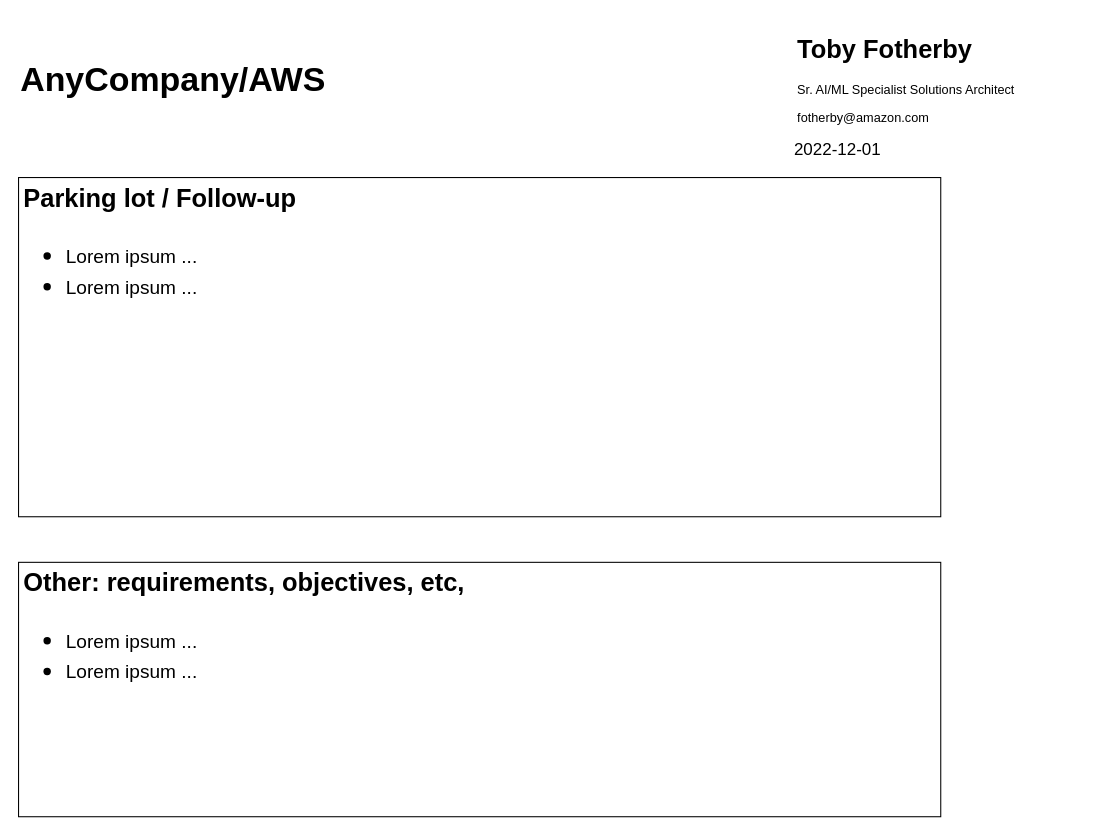
Earlier version of the draw.io diagram page "Parking Lot" (6 of 6) of AB2 - 2022-12-04-v1.drawio (fotoby/ab3). Source tidied: cells renumbered, new cells numbered last; positions are measured from the earlier drawing's top-left corner, leaving out a move shared by most shapes. Both pictures are drawn from the tidied source at 106%, with x=0, y=0 at pixel (18, 29).
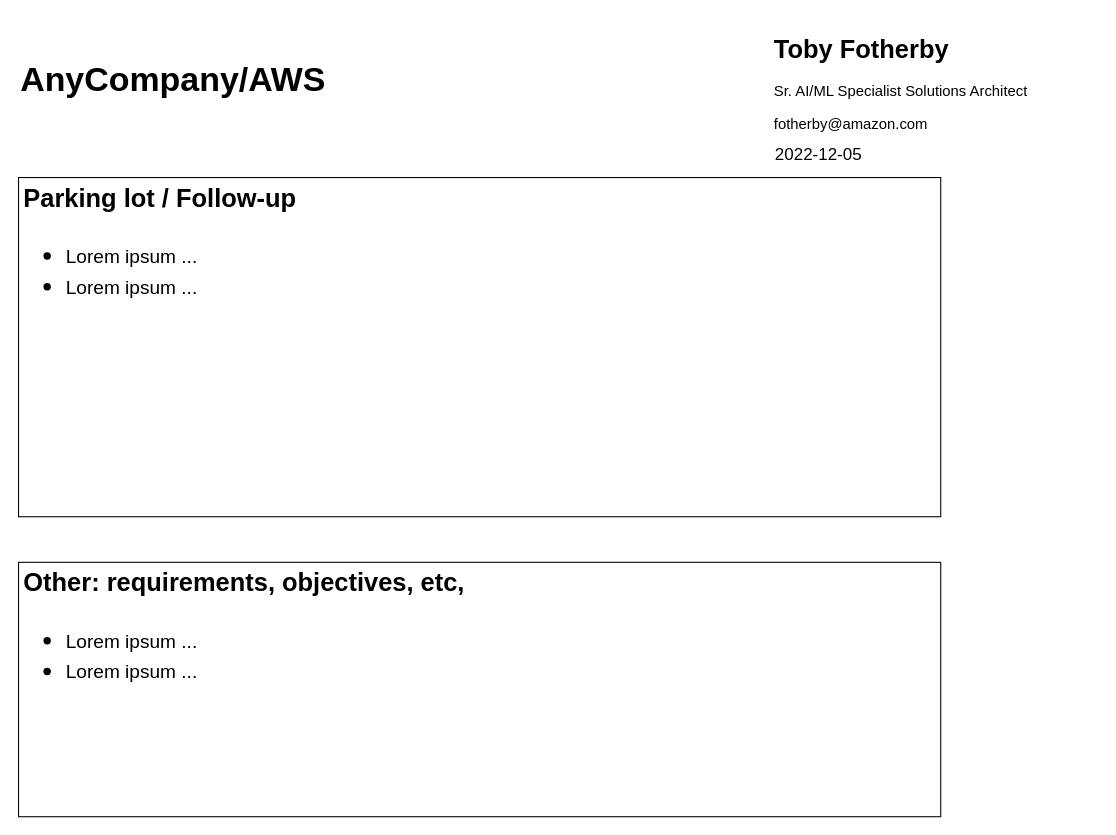
The same diagram, later.

Diff of the diagram source:
```diff
@@
 <mxGraphModel>
   <root>
     <mxCell id="0" />
     <mxCell id="1" parent="0" />
-    <mxCell id="2" value="&lt;h1&gt;Toby Fotherby&lt;/h1&gt;&lt;p&gt;Sr. AI/ML Specialist Solutions Architect&lt;/p&gt;&lt;p&gt;fotherby@amazon.com&lt;/p&gt;" style="text;html=1;strokeColor=none;fillColor=none;spacing=5;spacingTop=-20;whiteSpace=wrap;overflow=hidden;rounded=0;" parent="1" vertex="1">
-      <mxGeometry x="730" width="240" height="120" as="geometry" />
+    <mxCell id="2" value="&lt;h1&gt;Toby Fotherby&lt;/h1&gt;&lt;p style=&quot;font-size: 14px;&quot;&gt;&lt;font style=&quot;font-size: 14px;&quot;&gt;Sr. AI/ML Specialist Solutions Architect&lt;/font&gt;&lt;/p&gt;&lt;p style=&quot;font-size: 14px;&quot;&gt;&lt;font style=&quot;font-size: 14px;&quot;&gt;fotherby@amazon.com&lt;/font&gt;&lt;/p&gt;" style="text;html=1;strokeColor=none;fillColor=none;spacing=5;spacingTop=-20;whiteSpace=wrap;overflow=hidden;rounded=0;" parent="1" vertex="1">
+      <mxGeometry x="708" width="310" height="120" as="geometry" />
     </mxCell>
     <mxCell id="3" value="&lt;h1&gt;Parking lot / Follow-up&lt;/h1&gt;&lt;h1&gt;&lt;ul&gt;&lt;li&gt;&lt;font style=&quot;font-size: 18px;&quot;&gt;&lt;span style=&quot;font-weight: normal;&quot;&gt;Lorem ipsum ...&lt;/span&gt;&lt;br&gt;&lt;/font&gt;&lt;/li&gt;&lt;li&gt;&lt;span style=&quot;font-weight: 400;&quot;&gt;&lt;font style=&quot;font-size: 18px;&quot;&gt;Lorem ipsum ...&lt;/font&gt;&lt;/span&gt;&lt;br&gt;&lt;/li&gt;&lt;/ul&gt;&lt;/h1&gt;" style="text;html=1;strokeColor=default;fillColor=none;spacing=5;spacingTop=-20;whiteSpace=wrap;overflow=hidden;rounded=0;shadow=0;" parent="1" vertex="1">
       <mxGeometry y="140" width="870" height="320" as="geometry" />
     </mxCell>
     <mxCell id="4" value="&lt;h1&gt;Other: requirements, objectives, etc,&lt;/h1&gt;&lt;h1&gt;&lt;ul&gt;&lt;li&gt;&lt;font style=&quot;font-size: 18px;&quot;&gt;&lt;span style=&quot;font-weight: normal;&quot;&gt;Lorem ipsum ...&lt;/span&gt;&lt;br&gt;&lt;/font&gt;&lt;/li&gt;&lt;li&gt;&lt;span style=&quot;font-weight: 400;&quot;&gt;&lt;font style=&quot;font-size: 18px;&quot;&gt;Lorem ipsum ...&lt;/font&gt;&lt;/span&gt;&lt;br&gt;&lt;/li&gt;&lt;/ul&gt;&lt;/h1&gt;" style="text;html=1;strokeColor=default;fillColor=none;spacing=5;spacingTop=-20;whiteSpace=wrap;overflow=hidden;rounded=0;" parent="1" vertex="1">
       <mxGeometry y="503" width="870" height="240" as="geometry" />
     </mxCell>
-    <mxCell id="5" value="&lt;font style=&quot;font-size: 16px;&quot;&gt;2022-12-01&lt;/font&gt;" style="text;html=1;strokeColor=none;fillColor=none;align=left;verticalAlign=middle;whiteSpace=wrap;rounded=0;dashed=1;labelBackgroundColor=#FFFFFF;fontSize=24;fontColor=#000000;" parent="1" vertex="1">
-      <mxGeometry x="730" y="96" width="143" height="30" as="geometry" />
+    <mxCell id="5" value="&lt;font style=&quot;font-size: 16px;&quot;&gt;2022-12-05&lt;/font&gt;" style="text;html=1;strokeColor=none;fillColor=none;align=left;verticalAlign=middle;whiteSpace=wrap;rounded=0;dashed=1;labelBackgroundColor=#FFFFFF;fontSize=24;fontColor=#000000;" parent="1" vertex="1">
+      <mxGeometry x="712" y="101" width="143" height="30" as="geometry" />
     </mxCell>
     <mxCell id="6" value="&lt;font style=&quot;font-size: 32px;&quot;&gt;AnyCompany/AWS&lt;/font&gt;" style="text;html=1;strokeColor=none;fillColor=none;align=left;verticalAlign=middle;whiteSpace=wrap;rounded=0;shadow=0;fontSize=18;fontStyle=1;" parent="1" vertex="1">
       <mxGeometry y="33" width="329" height="29" as="geometry" />
     </mxCell>
   </root>
 </mxGraphModel>
```
